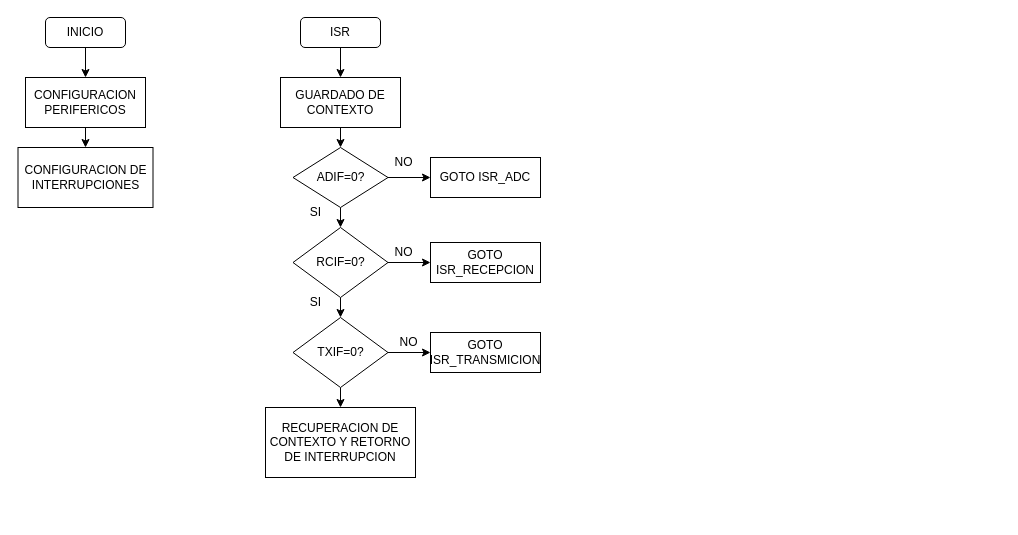
Earlier version of the draw.io diagram diagrama_flujo.drawio (nicopinera/elec_dig_2). Source tidied: cells renumbered, new cells numbered last; positions are measured from the earlier drawing's top-left corner, leaving out a move shared by most shapes. Both pictures are drawn from the tidied source at 100%, with x=0, y=0 at pixel (18, 17).
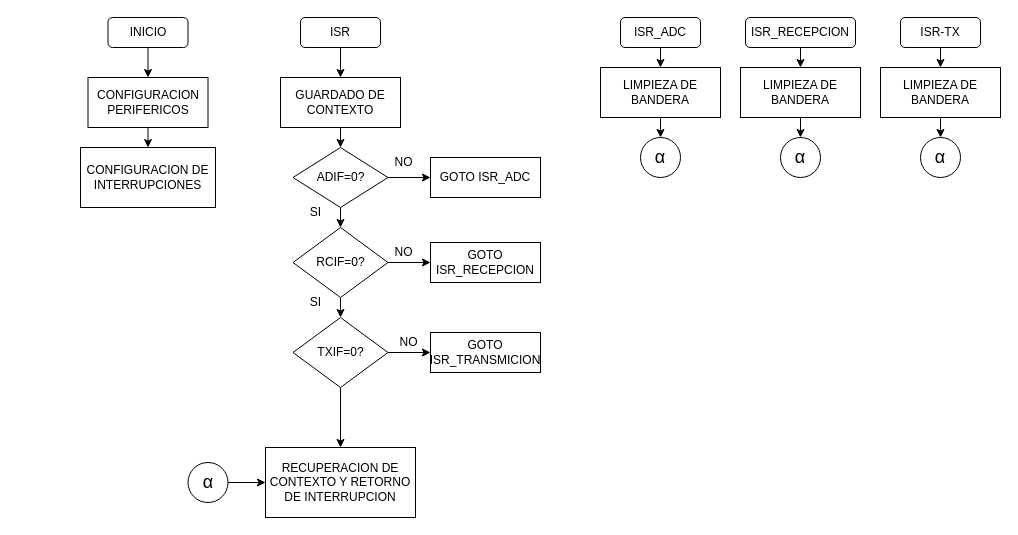
Above is the later version.

Commit message:
Updated flowchart diagram with improved layout and additional nodes for ISR handling

Diff of the diagram source:
```diff
@@
     <mxCell id="3" value="CONFIGURACION PERIFERICOS" style="rounded=0;whiteSpace=wrap;html=1;" parent="1" vertex="1">
-      <mxGeometry x="7" y="60" width="120" height="50" as="geometry" />
+      <mxGeometry x="69.5" y="60" width="120" height="50" as="geometry" />
     </mxCell>
     <mxCell id="4" value="CONFIGURACION DE INTERRUPCIONES" style="rounded=0;whiteSpace=wrap;html=1;" parent="1" vertex="1">
-      <mxGeometry x="-0.5" y="130" width="135" height="60" as="geometry" />
+      <mxGeometry x="62" y="130" width="135" height="60" as="geometry" />
     </mxCell>
@@
     <mxCell id="6" value="INICIO" style="rounded=1;whiteSpace=wrap;html=1;" parent="1" vertex="1">
-      <mxGeometry x="27" width="80" height="30" as="geometry" />
+      <mxGeometry x="89.5" width="80" height="30" as="geometry" />
     </mxCell>
@@
     <mxCell id="28" value="RECUPERACION DE CONTEXTO Y RETORNO DE INTERRUPCION" style="rounded=0;whiteSpace=wrap;html=1;" parent="1" vertex="1">
-      <mxGeometry x="247" y="390" width="150" height="70" as="geometry" />
+      <mxGeometry x="247" y="430" width="150" height="70" as="geometry" />
     </mxCell>
+    <mxCell id="29" style="edgeStyle=none;html=1;exitX=0.5;exitY=1;exitDx=0;exitDy=0;" parent="1" edge="1" source="30" target="32">
+      <mxGeometry relative="1" as="geometry" />
+    </mxCell>
+    <mxCell id="30" value="&lt;span style=&quot;color: rgb(0, 0, 0);&quot;&gt;ISR_ADC&lt;/span&gt;" style="rounded=1;whiteSpace=wrap;html=1;" parent="1" vertex="1">
+      <mxGeometry x="602" width="80" height="30" as="geometry" />
+    </mxCell>
+    <mxCell id="31" style="edgeStyle=none;html=1;exitX=0.5;exitY=1;exitDx=0;exitDy=0;entryX=0.5;entryY=0;entryDx=0;entryDy=0;" parent="1" edge="1" source="32" target="33">
+      <mxGeometry relative="1" as="geometry" />
+    </mxCell>
+    <mxCell id="32" value="LIMPIEZA DE BANDERA" style="rounded=0;whiteSpace=wrap;html=1;" parent="1" vertex="1">
+      <mxGeometry x="582" y="50" width="120" height="50" as="geometry" />
+    </mxCell>
+    <mxCell id="33" value="&lt;span style=&quot;font-family: &amp;quot;Google Sans&amp;quot;, Arial, sans-serif; font-size: 18px; text-align: start;&quot;&gt;&lt;font style=&quot;color: rgb(0, 0, 0);&quot;&gt;α&lt;/font&gt;&lt;/span&gt;" style="ellipse;whiteSpace=wrap;html=1;" parent="1" vertex="1">
+      <mxGeometry x="622" y="120" width="40" height="40" as="geometry" />
+    </mxCell>
+    <mxCell id="34" style="edgeStyle=none;html=1;exitX=1;exitY=0.5;exitDx=0;exitDy=0;entryX=0;entryY=0.5;entryDx=0;entryDy=0;" parent="1" edge="1" source="35" target="28">
+      <mxGeometry relative="1" as="geometry" />
+    </mxCell>
+    <mxCell id="35" value="&lt;span style=&quot;font-family: &amp;quot;Google Sans&amp;quot;, Arial, sans-serif; font-size: 18px; text-align: start;&quot;&gt;&lt;font style=&quot;color: rgb(0, 0, 0);&quot;&gt;α&lt;/font&gt;&lt;/span&gt;" style="ellipse;whiteSpace=wrap;html=1;" parent="1" vertex="1">
+      <mxGeometry x="169.5" y="445" width="40" height="40" as="geometry" />
+    </mxCell>
+    <mxCell id="36" style="edgeStyle=none;html=1;exitX=0.5;exitY=1;exitDx=0;exitDy=0;" parent="1" edge="1" source="37" target="39">
+      <mxGeometry relative="1" as="geometry" />
+    </mxCell>
+    <mxCell id="37" value="ISR_RECEPCION" style="rounded=1;whiteSpace=wrap;html=1;" parent="1" vertex="1">
+      <mxGeometry x="727" width="110" height="30" as="geometry" />
+    </mxCell>
+    <mxCell id="38" style="edgeStyle=none;html=1;exitX=0.5;exitY=1;exitDx=0;exitDy=0;entryX=0.5;entryY=0;entryDx=0;entryDy=0;" parent="1" edge="1" source="39" target="40">
+      <mxGeometry relative="1" as="geometry" />
+    </mxCell>
+    <mxCell id="39" value="LIMPIEZA DE BANDERA" style="rounded=0;whiteSpace=wrap;html=1;" parent="1" vertex="1">
+      <mxGeometry x="722" y="50" width="120" height="50" as="geometry" />
+    </mxCell>
+    <mxCell id="40" value="&lt;span style=&quot;font-family: &amp;quot;Google Sans&amp;quot;, Arial, sans-serif; font-size: 18px; text-align: start;&quot;&gt;&lt;font style=&quot;color: rgb(0, 0, 0);&quot;&gt;α&lt;/font&gt;&lt;/span&gt;" style="ellipse;whiteSpace=wrap;html=1;" parent="1" vertex="1">
+      <mxGeometry x="762" y="120" width="40" height="40" as="geometry" />
+    </mxCell>
+    <mxCell id="41" style="edgeStyle=none;html=1;exitX=0.5;exitY=1;exitDx=0;exitDy=0;" parent="1" edge="1" source="42" target="44">
+      <mxGeometry relative="1" as="geometry" />
+    </mxCell>
+    <mxCell id="42" value="ISR-TX" style="rounded=1;whiteSpace=wrap;html=1;" parent="1" vertex="1">
+      <mxGeometry x="882" width="80" height="30" as="geometry" />
+    </mxCell>
+    <mxCell id="43" style="edgeStyle=none;html=1;exitX=0.5;exitY=1;exitDx=0;exitDy=0;entryX=0.5;entryY=0;entryDx=0;entryDy=0;" parent="1" edge="1" source="44" target="45">
+      <mxGeometry relative="1" as="geometry" />
+    </mxCell>
+    <mxCell id="44" value="LIMPIEZA DE BANDERA" style="rounded=0;whiteSpace=wrap;html=1;" parent="1" vertex="1">
+      <mxGeometry x="862" y="50" width="120" height="50" as="geometry" />
+    </mxCell>
+    <mxCell id="45" value="&lt;span style=&quot;font-family: &amp;quot;Google Sans&amp;quot;, Arial, sans-serif; font-size: 18px; text-align: start;&quot;&gt;&lt;font style=&quot;color: rgb(0, 0, 0);&quot;&gt;α&lt;/font&gt;&lt;/span&gt;" style="ellipse;whiteSpace=wrap;html=1;" parent="1" vertex="1">
+      <mxGeometry x="902" y="120" width="40" height="40" as="geometry" />
+    </mxCell>
```
